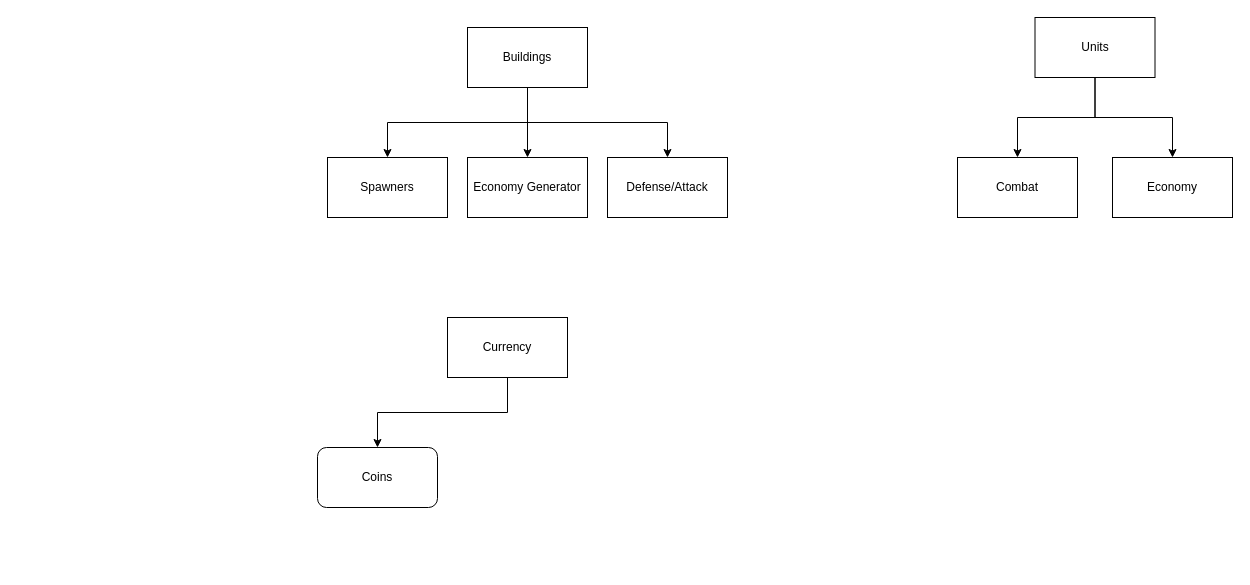
Earlier version of the draw.io diagram page "Items" (2 of 3) of plan.drawio (Trentiumz/rts001). Source tidied: cells renumbered, new cells numbered last; positions are measured from the earlier drawing's top-left corner, leaving out a move shared by most shapes. Both pictures are drawn from the tidied source at 100%, with x=0, y=0 at pixel (317, 17).
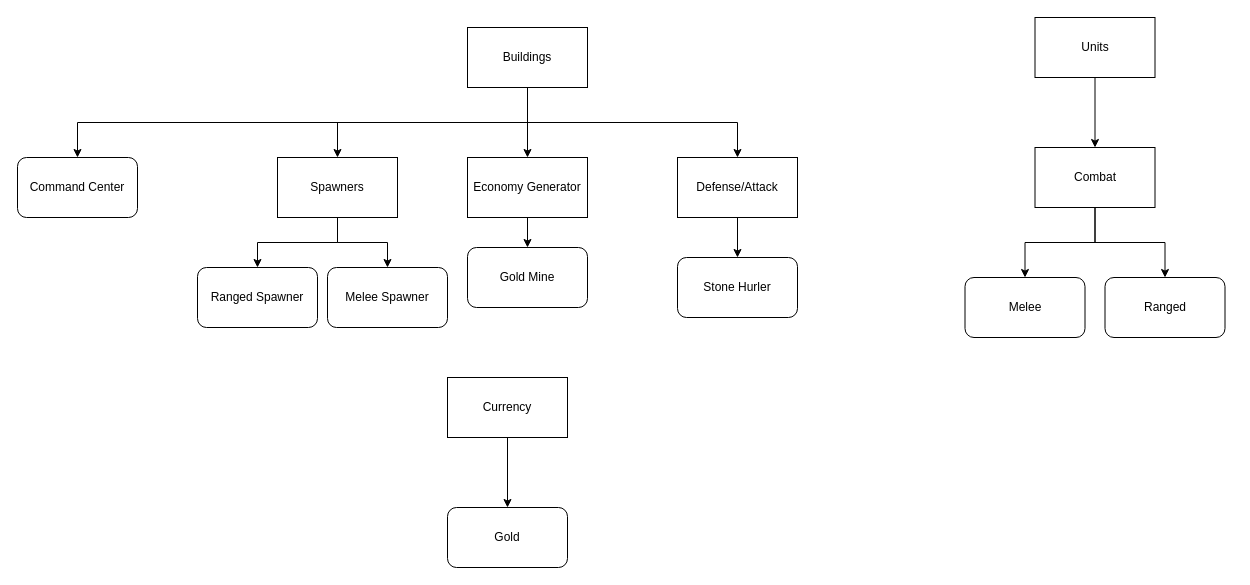
The same page after the edit.

The change refers to these unchanged cells:
```xml
<mxCell id="5" value="Buildings" style="rounded=0;whiteSpace=wrap;html=1;" parent="1" vertex="1">
  <mxGeometry x="150" y="10" width="120" height="60" as="geometry" />
</mxCell>
<mxCell id="8" value="Units" style="rounded=0;whiteSpace=wrap;html=1;" parent="1" vertex="1">
  <mxGeometry x="717.5" width="120" height="60" as="geometry" />
</mxCell>
<mxCell id="10" value="Economy Generator" style="rounded=0;whiteSpace=wrap;html=1;" parent="1" vertex="1">
  <mxGeometry x="150" y="140" width="120" height="60" as="geometry" />
</mxCell>
```

What changed in the source:
```diff
@@
+    <mxCell id="17" style="edgeStyle=orthogonalEdgeStyle;rounded=0;jettySize=auto;html=1;exitX=0.5;exitY=1;exitDx=0;exitDy=0;entryX=0.5;entryY=0;entryDx=0;entryDy=0;" parent="1" edge="1" source="5" target="30">
+      <mxGeometry relative="1" as="geometry" />
+    </mxCell>
@@
-    <mxCell id="6" style="edgeStyle=orthogonalEdgeStyle;rounded=0;jettySize=auto;html=1;exitX=0.5;exitY=1;exitDx=0;exitDy=0;entryX=0.5;entryY=0;entryDx=0;entryDy=0;" parent="1" edge="1" source="8" target="11">
-      <mxGeometry relative="1" as="geometry" />
-    </mxCell>
@@
+    <mxCell id="18" style="edgeStyle=orthogonalEdgeStyle;rounded=0;jettySize=auto;html=1;exitX=0.5;exitY=1;exitDx=0;exitDy=0;entryX=0.5;entryY=0;entryDx=0;entryDy=0;" parent="1" edge="1" source="9" target="29">
+      <mxGeometry relative="1" as="geometry" />
+    </mxCell>
+    <mxCell id="19" style="edgeStyle=orthogonalEdgeStyle;rounded=0;jettySize=auto;html=1;exitX=0.5;exitY=1;exitDx=0;exitDy=0;entryX=0.5;entryY=0;entryDx=0;entryDy=0;" parent="1" edge="1" source="9" target="31">
+      <mxGeometry relative="1" as="geometry" />
+    </mxCell>
     <mxCell id="9" value="Spawners" style="rounded=0;whiteSpace=wrap;html=1;" parent="1" vertex="1">
-      <mxGeometry x="10" y="140" width="120" height="60" as="geometry" />
+      <mxGeometry x="-40" y="140" width="120" height="60" as="geometry" />
     </mxCell>
+    <mxCell id="20" style="edgeStyle=orthogonalEdgeStyle;rounded=0;jettySize=auto;html=1;exitX=0.5;exitY=1;exitDx=0;exitDy=0;entryX=0.5;entryY=0;entryDx=0;entryDy=0;" parent="1" edge="1" source="10" target="28">
+      <mxGeometry relative="1" as="geometry" />
+    </mxCell>
@@
-    <mxCell id="11" value="Economy" style="rounded=0;whiteSpace=wrap;html=1;" parent="1" vertex="1">
-      <mxGeometry x="795" y="140" width="120" height="60" as="geometry" />
-    </mxCell>
+    <mxCell id="21" style="edgeStyle=orthogonalEdgeStyle;rounded=0;orthogonalLoop=1;jettySize=auto;html=1;exitX=0.5;exitY=1;exitDx=0;exitDy=0;entryX=0.5;entryY=0;entryDx=0;entryDy=0;" parent="1" edge="1">
+      <mxGeometry relative="1" as="geometry">
+        <mxPoint x="950" y="250" as="targetPoint" />
+      </mxGeometry>
+    </mxCell>
+    <mxCell id="22" style="edgeStyle=orthogonalEdgeStyle;rounded=0;jettySize=auto;html=1;exitX=0.5;exitY=1;exitDx=0;exitDy=0;entryX=0.5;entryY=0;entryDx=0;entryDy=0;" parent="1" edge="1" source="12" target="25">
+      <mxGeometry relative="1" as="geometry" />
+    </mxCell>
+    <mxCell id="23" style="edgeStyle=orthogonalEdgeStyle;rounded=0;jettySize=auto;html=1;exitX=0.5;exitY=1;exitDx=0;exitDy=0;entryX=0.5;entryY=0;entryDx=0;entryDy=0;" parent="1" edge="1" source="12" target="26">
+      <mxGeometry relative="1" as="geometry" />
+    </mxCell>
     <mxCell id="12" value="Combat" style="rounded=0;whiteSpace=wrap;html=1;" parent="1" vertex="1">
-      <mxGeometry x="640" y="140" width="120" height="60" as="geometry" />
+      <mxGeometry x="717.5" y="130" width="120" height="60" as="geometry" />
     </mxCell>
+    <mxCell id="24" style="edgeStyle=orthogonalEdgeStyle;rounded=0;jettySize=auto;html=1;exitX=0.5;exitY=1;exitDx=0;exitDy=0;entryX=0.5;entryY=0;entryDx=0;entryDy=0;" parent="1" edge="1" source="13" target="27">
+      <mxGeometry relative="1" as="geometry" />
+    </mxCell>
     <mxCell id="13" value="Defense/Attack" style="rounded=0;whiteSpace=wrap;html=1;" parent="1" vertex="1">
-      <mxGeometry x="290" y="140" width="120" height="60" as="geometry" />
+      <mxGeometry x="360" y="140" width="120" height="60" as="geometry" />
     </mxCell>
@@
     <mxCell id="15" value="Currency" style="rounded=0;whiteSpace=wrap;html=1;" parent="1" vertex="1">
-      <mxGeometry x="130" y="300" width="120" height="60" as="geometry" />
+      <mxGeometry x="130" y="360" width="120" height="60" as="geometry" />
     </mxCell>
-    <mxCell id="16" value="Coins" style="rounded=1;whiteSpace=wrap;html=1;" parent="1" vertex="1">
-      <mxGeometry y="430" width="120" height="60" as="geometry" />
+    <mxCell id="16" value="Gold" style="rounded=1;whiteSpace=wrap;html=1;" parent="1" vertex="1">
+      <mxGeometry x="130" y="490" width="120" height="60" as="geometry" />
     </mxCell>
+    <mxCell id="25" value="Melee" style="rounded=1;whiteSpace=wrap;html=1;" parent="1" vertex="1">
+      <mxGeometry x="647.5" y="260" width="120" height="60" as="geometry" />
+    </mxCell>
+    <mxCell id="26" value="Ranged" style="rounded=1;whiteSpace=wrap;html=1;" parent="1" vertex="1">
+      <mxGeometry x="787.5" y="260" width="120" height="60" as="geometry" />
+    </mxCell>
+    <mxCell id="27" value="Stone Hurler" style="rounded=1;whiteSpace=wrap;html=1;" parent="1" vertex="1">
+      <mxGeometry x="360" y="240" width="120" height="60" as="geometry" />
+    </mxCell>
+    <mxCell id="28" value="Gold Mine" style="rounded=1;whiteSpace=wrap;html=1;" parent="1" vertex="1">
+      <mxGeometry x="150" y="230" width="120" height="60" as="geometry" />
+    </mxCell>
+    <mxCell id="29" value="Melee Spawner" style="rounded=1;whiteSpace=wrap;html=1;" parent="1" vertex="1">
+      <mxGeometry x="10" y="250" width="120" height="60" as="geometry" />
+    </mxCell>
+    <mxCell id="30" value="Command Center" style="rounded=1;whiteSpace=wrap;html=1;" parent="1" vertex="1">
+      <mxGeometry x="-300" y="140" width="120" height="60" as="geometry" />
+    </mxCell>
+    <mxCell id="31" value="Ranged Spawner" style="rounded=1;whiteSpace=wrap;html=1;" parent="1" vertex="1">
+      <mxGeometry x="-120" y="250" width="120" height="60" as="geometry" />
+    </mxCell>
```
